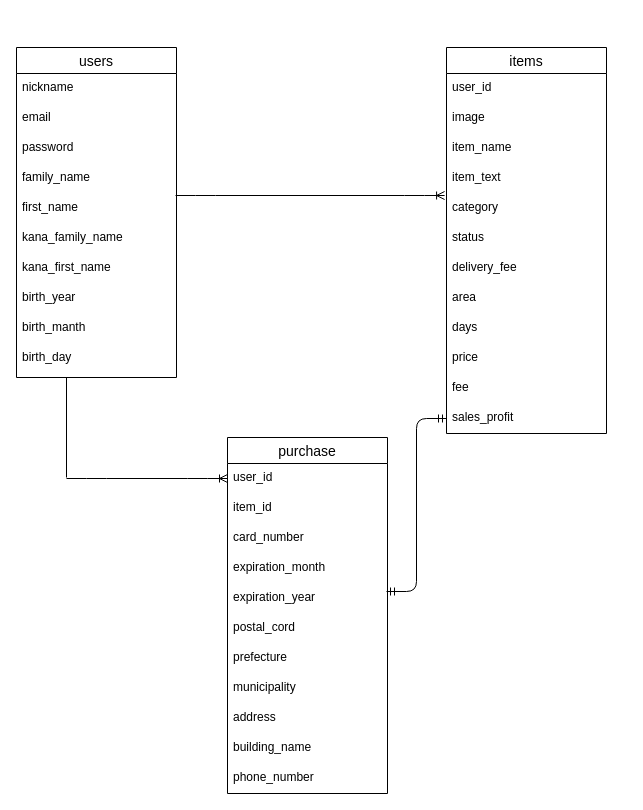
Before: furima.dio in akn127/furima-34556, a draw.io diagram. Source tidied: cells renumbered, new cells numbered last; positions are measured from the earlier drawing's top-left corner, leaving out a move shared by most shapes. Both pictures are drawn from the tidied source at 100%, with x=0, y=0 at pixel (16, 47).
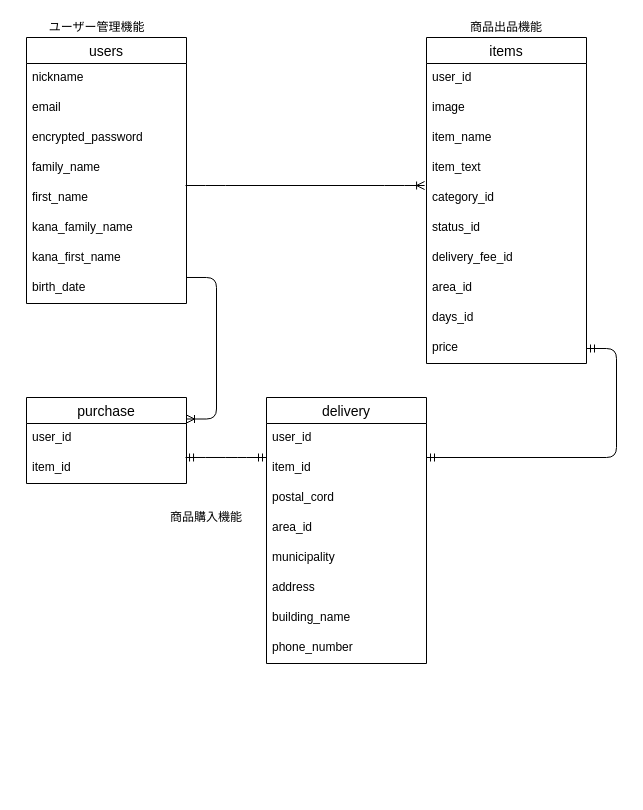
Above is the later version.

Commit message (it also covers changes not shown here):
ER図、READMEの修正

The change refers to these unchanged cells:
```xml
<mxCell id="23" value="price" style="text;strokeColor=none;fillColor=none;spacingLeft=4;spacingRight=4;overflow=hidden;points=[[0,0.5],[1,0.5]];portConstraint=eastwest;fontSize=12;" parent="13" vertex="1">
  <mxGeometry y="296" width="160" height="30" as="geometry" />
</mxCell>
```

What changed in the source:
```diff
@@
     <mxCell id="2" value="users" style="swimlane;fontStyle=0;horizontal=1;startSize=26;align=center;fontSize=14;" parent="1" vertex="1">
-      <mxGeometry width="160" height="330" as="geometry" />
+      <mxGeometry x="10" y="-10" width="160" height="266" as="geometry" />
     </mxCell>
@@
-    <mxCell id="5" value="password" style="text;strokeColor=none;fillColor=none;spacingLeft=4;spacingRight=4;overflow=hidden;fontSize=12;" parent="2" vertex="1">
+    <mxCell id="5" value="encrypted_password" style="text;strokeColor=none;fillColor=none;spacingLeft=4;spacingRight=4;overflow=hidden;fontSize=12;" parent="2" vertex="1">
       <mxGeometry y="86" width="160" height="30" as="geometry" />
     </mxCell>
@@
-    <mxCell id="10" value="birth_year" style="text;strokeColor=none;fillColor=none;spacingLeft=4;spacingRight=4;overflow=hidden;points=[[0,0.5],[1,0.5]];portConstraint=eastwest;fontSize=12;" parent="2" vertex="1">
+    <mxCell id="10" value="birth_date" style="text;strokeColor=none;fillColor=none;spacingLeft=4;spacingRight=4;overflow=hidden;points=[[0,0.5],[1,0.5]];portConstraint=eastwest;fontSize=12;" parent="2" vertex="1">
       <mxGeometry y="236" width="160" height="30" as="geometry" />
     </mxCell>
-    <mxCell id="11" value="birth_manth" style="text;strokeColor=none;fillColor=none;spacingLeft=4;spacingRight=4;overflow=hidden;fontSize=12;" parent="2" vertex="1">
-      <mxGeometry y="266" width="160" height="30" as="geometry" />
-    </mxCell>
-    <mxCell id="12" value="birth_day" style="text;strokeColor=none;fillColor=none;spacingLeft=4;spacingRight=4;overflow=hidden;fontSize=12;" parent="2" vertex="1">
-      <mxGeometry y="296" width="160" height="34" as="geometry" />
-    </mxCell>
     <mxCell id="13" value="items" style="swimlane;fontStyle=0;horizontal=1;startSize=26;align=center;fontSize=14;" parent="1" vertex="1">
-      <mxGeometry x="430" width="160" height="386" as="geometry" />
+      <mxGeometry x="410" y="-10" width="160" height="326" as="geometry" />
     </mxCell>
@@
-    <mxCell id="18" value="category" style="text;strokeColor=none;fillColor=none;spacingLeft=4;spacingRight=4;overflow=hidden;points=[[0,0.5],[1,0.5]];portConstraint=eastwest;fontSize=12;" parent="13" vertex="1">
+    <mxCell id="18" value="category_id" style="text;strokeColor=none;fillColor=none;spacingLeft=4;spacingRight=4;overflow=hidden;points=[[0,0.5],[1,0.5]];portConstraint=eastwest;fontSize=12;" parent="13" vertex="1">
       <mxGeometry y="146" width="160" height="30" as="geometry" />
     </mxCell>
-    <mxCell id="19" value="status" style="text;strokeColor=none;fillColor=none;spacingLeft=4;spacingRight=4;overflow=hidden;fontSize=12;" parent="13" vertex="1">
+    <mxCell id="19" value="status_id" style="text;strokeColor=none;fillColor=none;spacingLeft=4;spacingRight=4;overflow=hidden;fontSize=12;" parent="13" vertex="1">
       <mxGeometry y="176" width="160" height="30" as="geometry" />
     </mxCell>
-    <mxCell id="20" value="delivery_fee" style="text;strokeColor=none;fillColor=none;spacingLeft=4;spacingRight=4;overflow=hidden;fontSize=12;" parent="13" vertex="1">
+    <mxCell id="20" value="delivery_fee_id" style="text;strokeColor=none;fillColor=none;spacingLeft=4;spacingRight=4;overflow=hidden;fontSize=12;" parent="13" vertex="1">
       <mxGeometry y="206" width="160" height="30" as="geometry" />
     </mxCell>
-    <mxCell id="21" value="area" style="text;strokeColor=none;fillColor=none;spacingLeft=4;spacingRight=4;overflow=hidden;fontSize=12;" parent="13" vertex="1">
+    <mxCell id="21" value="area_id" style="text;strokeColor=none;fillColor=none;spacingLeft=4;spacingRight=4;overflow=hidden;fontSize=12;" parent="13" vertex="1">
       <mxGeometry y="236" width="160" height="30" as="geometry" />
     </mxCell>
-    <mxCell id="22" value="days" style="text;strokeColor=none;fillColor=none;spacingLeft=4;spacingRight=4;overflow=hidden;fontSize=12;" parent="13" vertex="1">
+    <mxCell id="22" value="days_id" style="text;strokeColor=none;fillColor=none;spacingLeft=4;spacingRight=4;overflow=hidden;fontSize=12;" parent="13" vertex="1">
       <mxGeometry y="266" width="160" height="30" as="geometry" />
     </mxCell>
@@
-    <mxCell id="24" value="fee" style="text;strokeColor=none;fillColor=none;spacingLeft=4;spacingRight=4;overflow=hidden;fontSize=12;" parent="13" vertex="1">
-      <mxGeometry y="326" width="160" height="30" as="geometry" />
-    </mxCell>
-    <mxCell id="25" value="sales_profit" style="text;strokeColor=none;fillColor=none;spacingLeft=4;spacingRight=4;overflow=hidden;points=[[0,0.5],[1,0.5]];portConstraint=eastwest;fontSize=12;" parent="13" vertex="1">
-      <mxGeometry y="356" width="160" height="30" as="geometry" />
-    </mxCell>
@@
-    <mxCell id="27" value="purchase" style="swimlane;fontStyle=0;horizontal=1;startSize=26;align=center;fontSize=14;" parent="1" vertex="1">
-      <mxGeometry x="211" y="390" width="160" height="356" as="geometry" />
+    <mxCell id="27" value="delivery" style="swimlane;fontStyle=0;horizontal=1;startSize=26;align=center;fontSize=14;" parent="1" vertex="1">
+      <mxGeometry x="250" y="350" width="160" height="266" as="geometry" />
     </mxCell>
-    <mxCell id="28" value="user_id" style="text;strokeColor=none;fillColor=none;spacingLeft=4;spacingRight=4;overflow=hidden;points=[[0,0.5],[1,0.5]];portConstraint=eastwest;fontSize=12;" parent="27" vertex="1">
-      <mxGeometry y="26" width="160" height="30" as="geometry" />
-    </mxCell>
-    <mxCell id="29" value="item_id" style="text;strokeColor=none;fillColor=none;spacingLeft=4;spacingRight=4;overflow=hidden;points=[[0,0.5],[1,0.5]];portConstraint=eastwest;fontSize=12;" parent="27" vertex="1">
-      <mxGeometry y="56" width="160" height="30" as="geometry" />
-    </mxCell>
-    <mxCell id="30" value="card_number" style="text;strokeColor=none;fillColor=none;spacingLeft=4;spacingRight=4;overflow=hidden;fontSize=12;" parent="27" vertex="1">
-      <mxGeometry y="86" width="160" height="30" as="geometry" />
-    </mxCell>
-    <mxCell id="31" value="expiration_month" style="text;strokeColor=none;fillColor=none;spacingLeft=4;spacingRight=4;overflow=hidden;fontSize=12;" parent="27" vertex="1">
-      <mxGeometry y="116" width="160" height="30" as="geometry" />
-    </mxCell>
-    <mxCell id="32" value="expiration_year" style="text;strokeColor=none;fillColor=none;spacingLeft=4;spacingRight=4;overflow=hidden;fontSize=12;" parent="27" vertex="1">
-      <mxGeometry y="146" width="160" height="30" as="geometry" />
-    </mxCell>
+    <mxCell id="42" value="user_id" style="text;strokeColor=none;fillColor=none;spacingLeft=4;spacingRight=4;overflow=hidden;fontSize=12;" parent="27" vertex="1">
+      <mxGeometry y="26" width="160" height="30" as="geometry" />
+    </mxCell>
+    <mxCell id="43" value="item_id" style="text;strokeColor=none;fillColor=none;spacingLeft=4;spacingRight=4;overflow=hidden;fontSize=12;" parent="27" vertex="1">
+      <mxGeometry y="56" width="160" height="30" as="geometry" />
+    </mxCell>
     <mxCell id="33" value="postal_cord" style="text;strokeColor=none;fillColor=none;spacingLeft=4;spacingRight=4;overflow=hidden;fontSize=12;" parent="27" vertex="1">
-      <mxGeometry y="176" width="160" height="30" as="geometry" />
+      <mxGeometry y="86" width="160" height="30" as="geometry" />
     </mxCell>
-    <mxCell id="34" value="prefecture" style="text;strokeColor=none;fillColor=none;spacingLeft=4;spacingRight=4;overflow=hidden;fontSize=12;" parent="27" vertex="1">
-      <mxGeometry y="206" width="160" height="30" as="geometry" />
+    <mxCell id="34" value="area_id" style="text;strokeColor=none;fillColor=none;spacingLeft=4;spacingRight=4;overflow=hidden;fontSize=12;" parent="27" vertex="1">
+      <mxGeometry y="116" width="160" height="30" as="geometry" />
     </mxCell>
     <mxCell id="35" value="municipality" style="text;strokeColor=none;fillColor=none;spacingLeft=4;spacingRight=4;overflow=hidden;fontSize=12;" parent="27" vertex="1">
-      <mxGeometry y="236" width="160" height="30" as="geometry" />
+      <mxGeometry y="146" width="160" height="30" as="geometry" />
     </mxCell>
     <mxCell id="36" value="address" style="text;strokeColor=none;fillColor=none;spacingLeft=4;spacingRight=4;overflow=hidden;fontSize=12;" parent="27" vertex="1">
-      <mxGeometry y="266" width="160" height="30" as="geometry" />
+      <mxGeometry y="176" width="160" height="30" as="geometry" />
     </mxCell>
     <mxCell id="37" value="building_name" style="text;strokeColor=none;fillColor=none;spacingLeft=4;spacingRight=4;overflow=hidden;fontSize=12;" parent="27" vertex="1">
-      <mxGeometry y="296" width="160" height="30" as="geometry" />
+      <mxGeometry y="206" width="160" height="30" as="geometry" />
     </mxCell>
     <mxCell id="38" value="phone_number" style="text;strokeColor=none;fillColor=none;spacingLeft=4;spacingRight=4;overflow=hidden;fontSize=12;" parent="27" vertex="1">
-      <mxGeometry y="326" width="160" height="30" as="geometry" />
+      <mxGeometry y="236" width="160" height="30" as="geometry" />
     </mxCell>
-    <mxCell id="39" style="edgeStyle=entityRelationEdgeStyle;fontSize=12;html=1;endArrow=ERoneToMany;entryX=0;entryY=0.5;entryDx=0;entryDy=0;" parent="1" edge="1" target="28">
-      <mxGeometry relative="1" as="geometry">
-        <mxPoint x="50" y="431" as="sourcePoint" />
-      </mxGeometry>
-    </mxCell>
-    <mxCell id="40" style="endArrow=none;html=1;rounded=0;" parent="1" edge="1">
-      <mxGeometry relative="1" as="geometry">
-        <mxPoint x="50" y="330" as="sourcePoint" />
-        <mxPoint x="50" y="430" as="targetPoint" />
-      </mxGeometry>
-    </mxCell>
-    <mxCell id="41" style="edgeStyle=entityRelationEdgeStyle;fontSize=12;html=1;endArrow=ERmandOne;startArrow=ERmandOne;entryX=0;entryY=0.5;entryDx=0;entryDy=0;" parent="1" edge="1" target="25">
-      <mxGeometry relative="1" as="geometry">
-        <mxPoint x="370" y="544" as="sourcePoint" />
-      </mxGeometry>
-    </mxCell>
+    <mxCell id="44" value="ユーザー管理機能" style="text;html=1;align=center;verticalAlign=middle;" parent="1" vertex="1">
+      <mxGeometry x="25" y="-30" width="110" height="20" as="geometry" />
+    </mxCell>
+    <mxCell id="45" value="商品出品機能" style="text;html=1;strokeColor=none;fillColor=none;align=center;verticalAlign=middle;whiteSpace=wrap;rounded=0;" parent="1" vertex="1">
+      <mxGeometry x="435" y="-30" width="110" height="20" as="geometry" />
+    </mxCell>
+    <mxCell id="46" value="商品購入機能" style="text;html=1;strokeColor=none;fillColor=none;align=center;verticalAlign=middle;whiteSpace=wrap;rounded=0;" parent="1" vertex="1">
+      <mxGeometry x="135" y="460" width="110" height="20" as="geometry" />
+    </mxCell>
+    <mxCell id="47" value="purchase" style="swimlane;fontStyle=0;horizontal=1;startSize=26;align=center;fontSize=14;" parent="1" vertex="1">
+      <mxGeometry x="10" y="350" width="160" height="86" as="geometry" />
+    </mxCell>
+    <mxCell id="48" value="user_id" style="text;strokeColor=none;fillColor=none;spacingLeft=4;spacingRight=4;overflow=hidden;fontSize=12;" parent="47" vertex="1">
+      <mxGeometry y="26" width="160" height="30" as="geometry" />
+    </mxCell>
+    <mxCell id="29" value="item_id" style="text;strokeColor=none;fillColor=none;spacingLeft=4;spacingRight=4;overflow=hidden;points=[[0,0.5],[1,0.5]];portConstraint=eastwest;fontSize=12;" parent="47" vertex="1">
+      <mxGeometry y="56" width="160" height="30" as="geometry" />
+    </mxCell>
+    <mxCell id="49" style="edgeStyle=entityRelationEdgeStyle;fontSize=12;html=1;endArrow=ERoneToMany;entryX=1;entryY=0.25;entryDx=0;entryDy=0;exitX=1;exitY=0.133;exitDx=0;exitDy=0;exitPerimeter=0;" parent="1" edge="1" source="10" target="47">
+      <mxGeometry relative="1" as="geometry" />
+    </mxCell>
+    <mxCell id="50" style="edgeStyle=entityRelationEdgeStyle;fontSize=12;html=1;endArrow=ERmandOne;startArrow=ERmandOne;exitX=0.994;exitY=0.133;exitDx=0;exitDy=0;exitPerimeter=0;" parent="1" edge="1" source="29">
+      <mxGeometry relative="1" as="geometry">
+        <mxPoint x="250" y="410" as="targetPoint" />
+      </mxGeometry>
+    </mxCell>
+    <mxCell id="51" style="edgeStyle=entityRelationEdgeStyle;fontSize=12;html=1;endArrow=ERmandOne;startArrow=ERmandOne;exitX=0.994;exitY=0.133;exitDx=0;exitDy=0;exitPerimeter=0;" parent="1" edge="1" target="23">
+      <mxGeometry relative="1" as="geometry">
+        <mxPoint x="410" y="410" as="sourcePoint" />
+      </mxGeometry>
+    </mxCell>
```
